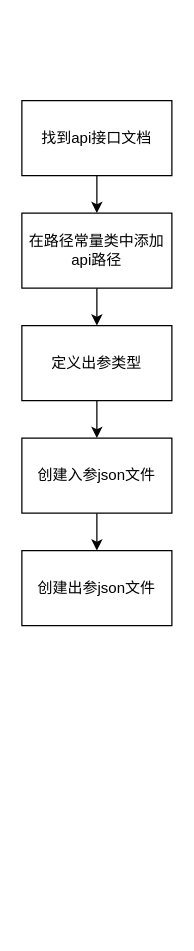
Earlier version of the draw.io diagram 编写测试脚本流程图.drawio (FantasyDream/diagrams). Source tidied: cells renumbered, new cells numbered last; positions are measured from the earlier drawing's top-left corner, leaving out a move shared by most shapes. Both pictures are drawn from the tidied source at 125%, with x=0, y=0 at pixel (21, 100).
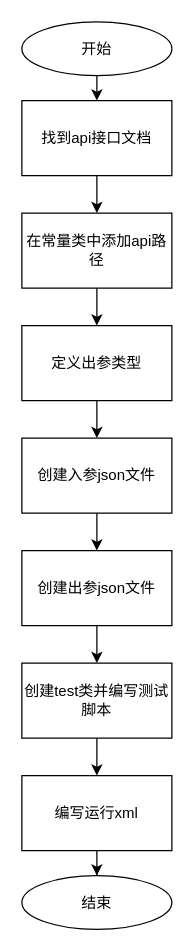
Above is the later version.

Commit message:
更新编写测试脚本流程图.drawio

Diff of the diagram source:
```diff
@@
 <mxGraphModel>
   <root>
     <mxCell id="0" />
     <mxCell id="1" parent="0" />
     <mxCell id="2" style="edgeStyle=orthogonalEdgeStyle;rounded=0;jettySize=auto;html=1;" parent="1" edge="1" source="3" target="5">
       <mxGeometry relative="1" as="geometry" />
     </mxCell>
     <mxCell id="3" value="找到api接口文档" style="rounded=0;whiteSpace=wrap;html=1;" parent="1" vertex="1">
       <mxGeometry width="120" height="60" as="geometry" />
     </mxCell>
     <mxCell id="4" style="edgeStyle=orthogonalEdgeStyle;rounded=0;jettySize=auto;html=1;" parent="1" edge="1" source="5" target="7">
       <mxGeometry relative="1" as="geometry" />
     </mxCell>
-    <mxCell id="5" value="在路径常量类中添加api路径" style="rounded=0;whiteSpace=wrap;html=1;" parent="1" vertex="1">
+    <mxCell id="5" value="在常量类中添加api路径" style="rounded=0;whiteSpace=wrap;html=1;" parent="1" vertex="1">
       <mxGeometry y="90" width="120" height="60" as="geometry" />
     </mxCell>
     <mxCell id="6" style="edgeStyle=orthogonalEdgeStyle;rounded=0;jettySize=auto;html=1;" parent="1" edge="1" source="7" target="9">
       <mxGeometry relative="1" as="geometry" />
     </mxCell>
     <mxCell id="7" value="定义出参类型" style="rounded=0;whiteSpace=wrap;html=1;" parent="1" vertex="1">
       <mxGeometry y="180" width="120" height="60" as="geometry" />
     </mxCell>
     <mxCell id="8" style="edgeStyle=orthogonalEdgeStyle;rounded=0;jettySize=auto;html=1;" parent="1" edge="1" source="9" target="10">
       <mxGeometry relative="1" as="geometry" />
     </mxCell>
     <mxCell id="9" value="创建入参json文件" style="rounded=0;whiteSpace=wrap;html=1;" parent="1" vertex="1">
       <mxGeometry y="270" width="120" height="60" as="geometry" />
     </mxCell>
+    <mxCell id="11" style="edgeStyle=orthogonalEdgeStyle;rounded=0;jettySize=auto;html=1;" parent="1" edge="1" source="10" target="13">
+      <mxGeometry relative="1" as="geometry" />
+    </mxCell>
     <mxCell id="10" value="创建出参json文件" style="whiteSpace=wrap;html=1;rounded=0;" parent="1" vertex="1">
       <mxGeometry y="360" width="120" height="60" as="geometry" />
     </mxCell>
+    <mxCell id="12" style="edgeStyle=orthogonalEdgeStyle;rounded=0;jettySize=auto;html=1;" parent="1" edge="1" source="13" target="15">
+      <mxGeometry relative="1" as="geometry" />
+    </mxCell>
+    <mxCell id="13" value="创建test类并编写测试脚本" style="whiteSpace=wrap;html=1;rounded=0;" parent="1" vertex="1">
+      <mxGeometry y="450" width="120" height="60" as="geometry" />
+    </mxCell>
+    <mxCell id="14" style="edgeStyle=orthogonalEdgeStyle;rounded=0;jettySize=auto;html=1;" parent="1" edge="1" source="15" target="18">
+      <mxGeometry relative="1" as="geometry" />
+    </mxCell>
+    <mxCell id="15" value="编写运行xml" style="whiteSpace=wrap;html=1;rounded=0;" parent="1" vertex="1">
+      <mxGeometry y="540" width="120" height="60" as="geometry" />
+    </mxCell>
+    <mxCell id="16" style="edgeStyle=orthogonalEdgeStyle;rounded=0;jettySize=auto;html=1;exitX=0.5;exitY=1;exitDx=0;exitDy=0;entryX=0.5;entryY=0;entryDx=0;entryDy=0;" parent="1" edge="1" source="17" target="3">
+      <mxGeometry relative="1" as="geometry" />
+    </mxCell>
+    <mxCell id="17" value="开始" style="ellipse;whiteSpace=wrap;html=1;" parent="1" vertex="1">
+      <mxGeometry y="-63" width="120" height="43" as="geometry" />
+    </mxCell>
+    <mxCell id="18" value="结束&lt;br&gt;" style="ellipse;whiteSpace=wrap;html=1;" parent="1" vertex="1">
+      <mxGeometry y="620" width="120" height="43" as="geometry" />
+    </mxCell>
   </root>
 </mxGraphModel>
```
